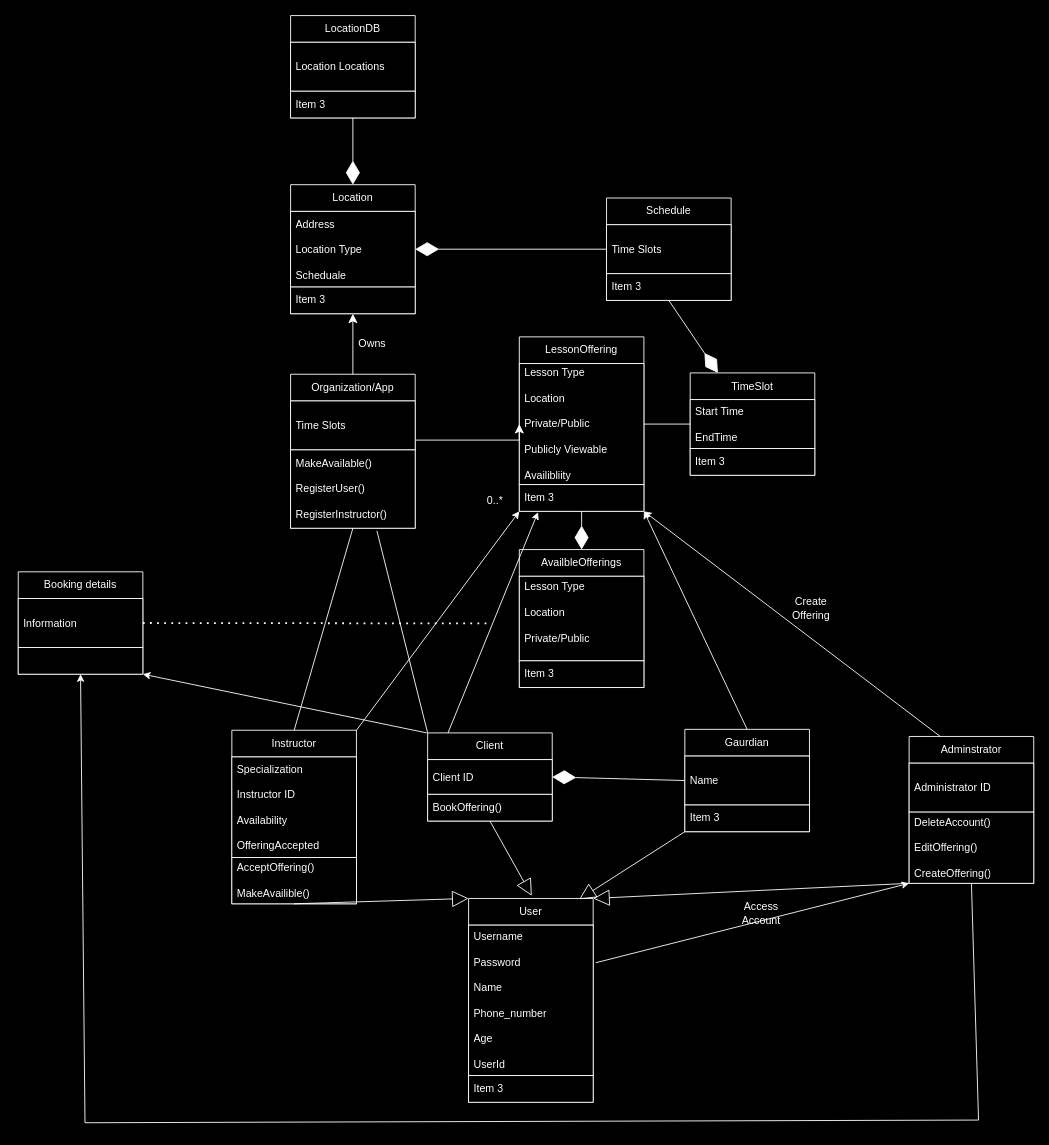
Above: class_diagram.drawio in matdavid7272/342project (draw.io), before the change. Source tidied: cells renumbered, new cells numbered last; positions are measured from the earlier drawing's top-left corner, leaving out a move shared by most shapes. Both pictures are drawn from the tidied source at 89%, with x=0, y=0 at pixel (18, 15).
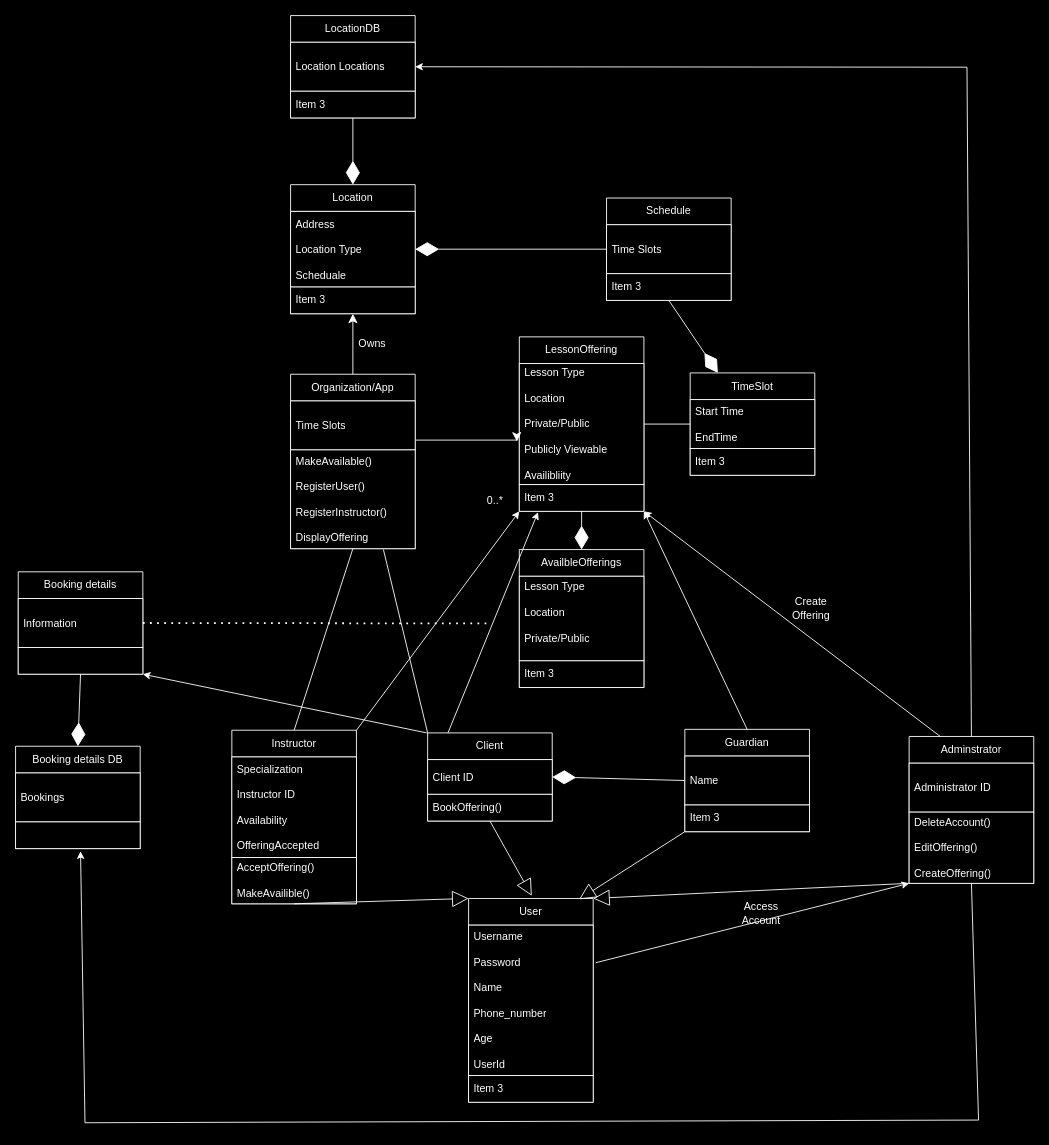
The same page after the edit.

Unchanged cells that the change refers to:
```xml
<mxCell id="5" value="&lt;font color=&quot;#ffffff&quot;&gt;Client&lt;/font&gt;" style="swimlane;fontStyle=0;horizontal=1;startSize=30;whiteSpace=wrap;html=1;strokeColor=#FFFFFF;fillColor=#000000;" parent="1" vertex="1">
  <mxGeometry x="460" y="806" width="140" height="99" as="geometry" />
</mxCell>
<mxCell id="13" value="&lt;font color=&quot;#ffffff&quot;&gt;Adminstrator&lt;/font&gt;" style="swimlane;fontStyle=0;horizontal=1;startSize=30;whiteSpace=wrap;html=1;strokeColor=#FFFFFF;fillColor=#000000;" parent="1" vertex="1">
  <mxGeometry x="1001" y="810" width="140" height="165" as="geometry" />
</mxCell>
<mxCell id="28" value="&lt;font color=&quot;#ffffff&quot;&gt;LocationDB&lt;/font&gt;" style="swimlane;fontStyle=0;horizontal=1;startSize=30;whiteSpace=wrap;html=1;strokeColor=#FFFFFF;fillColor=#000000;" parent="1" vertex="1">
  <mxGeometry x="306" width="140" height="115" as="geometry" />
</mxCell>
<mxCell id="43" value="&lt;font color=&quot;#ffffff&quot;&gt;Lesson Type&lt;/font&gt;&lt;div&gt;&lt;font color=&quot;#ffffff&quot;&gt;&lt;br&gt;&lt;/font&gt;&lt;/div&gt;&lt;div&gt;&lt;font color=&quot;#ffffff&quot;&gt;Location&lt;/font&gt;&lt;/div&gt;&lt;div&gt;&lt;font color=&quot;#ffffff&quot;&gt;&lt;br&gt;&lt;/font&gt;&lt;/div&gt;&lt;div&gt;&lt;font color=&quot;#ffffff&quot;&gt;Private/Public&lt;/font&gt;&lt;/div&gt;&lt;div&gt;&lt;font color=&quot;#ffffff&quot;&gt;&lt;br&gt;&lt;/font&gt;&lt;/div&gt;&lt;div&gt;&lt;font color=&quot;#ffffff&quot;&gt;Publicly Viewable&lt;/font&gt;&lt;/div&gt;&lt;div&gt;&lt;font color=&quot;#ffffff&quot;&gt;&lt;br&gt;&lt;/font&gt;&lt;/div&gt;&lt;div&gt;&lt;font color=&quot;#ffffff&quot;&gt;Availibliity&lt;/font&gt;&lt;/div&gt;" style="text;strokeColor=#FFFFFF;fillColor=#000000;align=left;verticalAlign=middle;spacingLeft=4;spacingRight=4;overflow=hidden;points=[[0,0.5],[1,0.5]];portConstraint=eastwest;whiteSpace=wrap;html=1;" parent="42" vertex="1">
  <mxGeometry y="30" width="140" height="136" as="geometry" />
</mxCell>
<mxCell id="58" value="&lt;font color=&quot;#ffffff&quot;&gt;Booking details&lt;/font&gt;" style="swimlane;fontStyle=0;horizontal=1;startSize=30;whiteSpace=wrap;html=1;strokeColor=#FFFFFF;fillColor=#000000;" parent="1" vertex="1">
  <mxGeometry y="625" width="140" height="115" as="geometry" />
</mxCell>
```

Change to the diagram source:
```diff
@@
-    <mxCell id="18" value="&lt;font color=&quot;#ffffff&quot;&gt;Gaurdian&lt;/font&gt;" style="swimlane;fontStyle=0;horizontal=1;startSize=30;whiteSpace=wrap;html=1;strokeColor=#FFFFFF;fillColor=#000000;" parent="1" vertex="1">
+    <mxCell id="18" value="&lt;font color=&quot;#ffffff&quot;&gt;Guardian&lt;/font&gt;" style="swimlane;fontStyle=0;horizontal=1;startSize=30;whiteSpace=wrap;html=1;strokeColor=#FFFFFF;fillColor=#000000;" parent="1" vertex="1">
       <mxGeometry x="749" y="802" width="140" height="115" as="geometry" />
     </mxCell>
@@
     <mxCell id="32" value="&lt;font color=&quot;#ffffff&quot;&gt;Organization/App&lt;/font&gt;" style="swimlane;fontStyle=0;horizontal=1;startSize=30;whiteSpace=wrap;html=1;strokeColor=#FFFFFF;fillColor=#000000;" parent="1" vertex="1">
-      <mxGeometry x="306" y="403" width="140" height="173" as="geometry" />
+      <mxGeometry x="306" y="403" width="140" height="196" as="geometry" />
     </mxCell>
@@
-    <mxCell id="34" value="&lt;font style=&quot;background-color: rgb(0, 0, 0);&quot; color=&quot;#ffffff&quot;&gt;MakeAvailable()&lt;/font&gt;&lt;div&gt;&lt;font style=&quot;background-color: rgb(0, 0, 0);&quot; color=&quot;#ffffff&quot;&gt;&lt;br&gt;&lt;/font&gt;&lt;/div&gt;&lt;div&gt;&lt;font style=&quot;background-color: rgb(0, 0, 0);&quot; color=&quot;#ffffff&quot;&gt;RegisterUser()&lt;/font&gt;&lt;/div&gt;&lt;div&gt;&lt;font style=&quot;background-color: rgb(0, 0, 0);&quot; color=&quot;#ffffff&quot;&gt;&lt;br&gt;&lt;/font&gt;&lt;/div&gt;&lt;div&gt;&lt;font style=&quot;background-color: rgb(0, 0, 0);&quot; color=&quot;#ffffff&quot;&gt;RegisterInstructor()&lt;/font&gt;&lt;/div&gt;" style="text;strokeColor=#FFFFFF;fillColor=#000000;align=left;verticalAlign=middle;spacingLeft=4;spacingRight=4;overflow=hidden;points=[[0,0.5],[1,0.5]];portConstraint=eastwest;whiteSpace=wrap;html=1;" parent="32" vertex="1">
-      <mxGeometry y="85" width="140" height="88" as="geometry" />
+    <mxCell id="34" value="&lt;font style=&quot;background-color: rgb(0, 0, 0);&quot; color=&quot;#ffffff&quot;&gt;MakeAvailable()&lt;/font&gt;&lt;div&gt;&lt;font style=&quot;background-color: rgb(0, 0, 0);&quot; color=&quot;#ffffff&quot;&gt;&lt;br&gt;&lt;/font&gt;&lt;/div&gt;&lt;div&gt;&lt;font style=&quot;background-color: rgb(0, 0, 0);&quot; color=&quot;#ffffff&quot;&gt;RegisterUser()&lt;/font&gt;&lt;/div&gt;&lt;div&gt;&lt;font style=&quot;background-color: rgb(0, 0, 0);&quot; color=&quot;#ffffff&quot;&gt;&lt;br&gt;&lt;/font&gt;&lt;/div&gt;&lt;div&gt;&lt;font style=&quot;background-color: rgb(0, 0, 0);&quot; color=&quot;#ffffff&quot;&gt;RegisterInstructor()&lt;/font&gt;&lt;/div&gt;&lt;div&gt;&lt;font style=&quot;background-color: rgb(0, 0, 0);&quot; color=&quot;#ffffff&quot;&gt;&lt;br&gt;&lt;/font&gt;&lt;/div&gt;&lt;div&gt;&lt;font style=&quot;background-color: rgb(0, 0, 0);&quot; color=&quot;#ffffff&quot;&gt;DisplayOffering&lt;/font&gt;&lt;/div&gt;" style="text;strokeColor=#FFFFFF;fillColor=#000000;align=left;verticalAlign=middle;spacingLeft=4;spacingRight=4;overflow=hidden;points=[[0,0.5],[1,0.5]];portConstraint=eastwest;whiteSpace=wrap;html=1;" parent="32" vertex="1">
+      <mxGeometry y="85" width="140" height="111" as="geometry" />
     </mxCell>
@@
-    <mxCell id="45" style="edgeStyle=segmentEdgeStyle;endArrow=classic;html=1;curved=0;rounded=0;endSize=8;startSize=8;strokeColor=#FFFFFF;entryX=0;entryY=0.5;entryDx=0;entryDy=0;" parent="1" edge="1" target="43">
+    <mxCell id="45" style="edgeStyle=segmentEdgeStyle;endArrow=classic;html=1;curved=0;rounded=0;endSize=8;startSize=8;strokeColor=#FFFFFF;entryX=-0.019;entryY=0.644;entryDx=0;entryDy=0;entryPerimeter=0;" parent="1" edge="1" target="43">
       <mxGeometry relative="1" as="geometry">
         <mxPoint x="447" y="477" as="sourcePoint" />
       </mxGeometry>
     </mxCell>
@@
-    <mxCell id="56" style="endArrow=none;html=1;rounded=0;exitX=0;exitY=0;exitDx=0;exitDy=0;strokeColor=#FFFFFF;" parent="1" edge="1" source="5">
-      <mxGeometry relative="1" as="geometry">
-        <mxPoint x="403" y="579" as="targetPoint" />
-      </mxGeometry>
+    <mxCell id="56" style="endArrow=none;html=1;rounded=0;exitX=0;exitY=0;exitDx=0;exitDy=0;strokeColor=#FFFFFF;entryX=0.745;entryY=1.009;entryDx=0;entryDy=0;entryPerimeter=0;" parent="1" edge="1" source="5" target="34">
+      <mxGeometry relative="1" as="geometry" />
     </mxCell>
@@
-    <mxCell id="61" style="endArrow=classic;html=1;rounded=0;strokeColor=#FFFFFF;entryX=0.5;entryY=1;entryDx=0;entryDy=0;exitX=0.5;exitY=1;exitDx=0;exitDy=0;" parent="1" edge="1" source="13" target="58">
+    <mxCell id="61" style="endArrow=classic;html=1;rounded=0;strokeColor=#FFFFFF;exitX=0.5;exitY=1;exitDx=0;exitDy=0;" parent="1" edge="1" source="13">
       <mxGeometry relative="1" as="geometry">
+        <mxPoint x="70" y="939" as="targetPoint" />
         <Array as="points">
           <mxPoint x="1079" y="1241" />
           <mxPoint x="75" y="1244" />
         </Array>
       </mxGeometry>
     </mxCell>
@@
+    <mxCell id="67" style="endArrow=classic;html=1;rounded=0;strokeColor=#FFFFFF;entryX=1;entryY=0.5;entryDx=0;entryDy=0;exitX=0.5;exitY=0;exitDx=0;exitDy=0;" parent="1" edge="1" source="13" target="28">
+      <mxGeometry relative="1" as="geometry">
+        <Array as="points">
+          <mxPoint x="1066" y="58" />
+        </Array>
+      </mxGeometry>
+    </mxCell>
+    <mxCell id="68" value="&lt;font color=&quot;#ffffff&quot;&gt;Booking details DB&lt;/font&gt;" style="swimlane;fontStyle=0;horizontal=1;startSize=30;whiteSpace=wrap;html=1;strokeColor=#FFFFFF;fillColor=#000000;" parent="1" vertex="1">
+      <mxGeometry x="-3" y="821" width="140" height="115" as="geometry" />
+    </mxCell>
+    <mxCell id="69" value="&lt;font color=&quot;#ffffff&quot;&gt;Bookings&lt;/font&gt;" style="text;strokeColor=#FFFFFF;fillColor=#000000;align=left;verticalAlign=middle;spacingLeft=4;spacingRight=4;overflow=hidden;whiteSpace=wrap;html=1;" parent="68" vertex="1">
+      <mxGeometry y="30" width="140" height="55" as="geometry" />
+    </mxCell>
+    <mxCell id="70" style="text;strokeColor=#FFFFFF;fillColor=#000000;align=left;verticalAlign=middle;spacingLeft=4;spacingRight=4;overflow=hidden;whiteSpace=wrap;html=1;" parent="68" vertex="1">
+      <mxGeometry y="85" width="140" height="30" as="geometry" />
+    </mxCell>
+    <mxCell id="71" style="endArrow=diamondThin;endFill=1;endSize=24;html=1;rounded=0;entryX=0.5;entryY=0;entryDx=0;entryDy=0;strokeColor=#FFFFFF;exitX=0.5;exitY=1;exitDx=0;exitDy=0;" parent="1" edge="1" source="58" target="68">
+      <mxGeometry relative="1" as="geometry" />
+    </mxCell>
```
